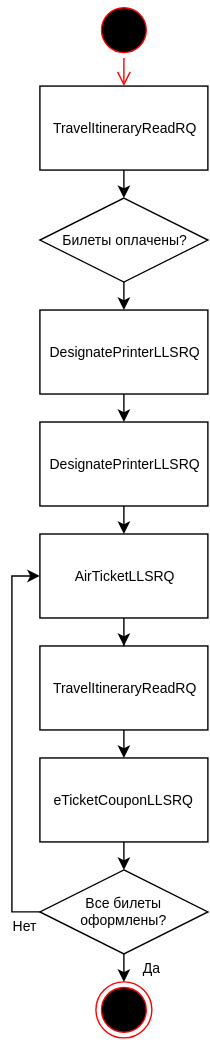
Above: assets/svg/Issue Tickets/[RU]Issue Tickets[IPCC][Instant]-3.svg in andreypolyak/sabre-apis-ru (draw.io), before the change. Source tidied: cells renumbered, new cells last; positions are measured from the earlier drawing's top-left corner, leaving out a move shared by most shapes. Source of this version:
```xml
<mxGraphModel background="#ffffff">
  <root>
    <mxCell id="0" />
    <mxCell id="1" parent="0" />
    <mxCell id="2" style="edgeStyle=orthogonalEdgeStyle;rounded=0;html=1;exitX=0.5;exitY=1;entryX=0.5;entryY=0;jettySize=auto;" parent="1" edge="1" source="3">
      <mxGeometry x="380" y="1470" as="geometry">
        <mxPoint x="60" y="140" as="targetPoint" />
      </mxGeometry>
    </mxCell>
    <mxCell id="3" value="TravelItineraryReadRQ" style="whiteSpace=wrap;html=1;rounded=0;fontSize=10;" parent="1" vertex="1">
      <mxGeometry y="60" width="120" height="60" as="geometry" />
    </mxCell>
    <mxCell id="4" style="edgeStyle=orthogonalEdgeStyle;rounded=0;html=1;exitX=0.5;exitY=1;entryX=0.5;entryY=0;jettySize=auto;fontSize=10;" parent="1" edge="1" source="5" target="7">
      <mxGeometry x="380" y="1630" as="geometry" />
    </mxCell>
    <mxCell id="5" value="DesignatePrinterLLSRQ" style="whiteSpace=wrap;html=1;rounded=0;fontSize=10;" parent="1" vertex="1">
      <mxGeometry y="220" width="120" height="60" as="geometry" />
    </mxCell>
    <mxCell id="6" style="edgeStyle=orthogonalEdgeStyle;rounded=0;html=1;exitX=0.5;exitY=1;entryX=0.5;entryY=0;jettySize=auto;fontSize=10;" parent="1" edge="1" source="7" target="9">
      <mxGeometry x="380" y="1710" as="geometry" />
    </mxCell>
    <mxCell id="7" value="DesignatePrinterLLSRQ" style="whiteSpace=wrap;html=1;rounded=0;fontSize=10;" parent="1" vertex="1">
      <mxGeometry y="300" width="120" height="60" as="geometry" />
    </mxCell>
    <mxCell id="8" style="edgeStyle=orthogonalEdgeStyle;rounded=0;html=1;exitX=0.5;exitY=1;jettySize=auto;fontSize=10;" parent="1" edge="1" source="9" target="11">
      <mxGeometry x="380" y="1790" as="geometry" />
    </mxCell>
    <mxCell id="9" value="AirTicketLLSRQ" style="whiteSpace=wrap;html=1;rounded=0;fontSize=10;" parent="1" vertex="1">
      <mxGeometry y="380" width="120" height="60" as="geometry" />
    </mxCell>
    <mxCell id="10" style="edgeStyle=orthogonalEdgeStyle;rounded=0;html=1;exitX=0.5;exitY=1;entryX=0.5;entryY=0;jettySize=auto;fontSize=10;" parent="1" edge="1" source="11" target="13">
      <mxGeometry x="380" y="1870" as="geometry" />
    </mxCell>
    <mxCell id="11" value="TravelItineraryReadRQ" style="whiteSpace=wrap;html=1;rounded=0;fontSize=10;" parent="1" vertex="1">
      <mxGeometry y="460" width="120" height="60" as="geometry" />
    </mxCell>
    <mxCell id="12" style="edgeStyle=orthogonalEdgeStyle;rounded=0;html=1;exitX=0.5;exitY=1;entryX=0.5;entryY=0;jettySize=auto;" parent="1" edge="1" source="13">
      <mxGeometry x="380" y="1950" as="geometry">
        <mxPoint x="60" y="620" as="targetPoint" />
      </mxGeometry>
    </mxCell>
    <mxCell id="13" value="eTicketCouponLLSRQ" style="whiteSpace=wrap;html=1;rounded=0;fontSize=10;" parent="1" vertex="1">
      <mxGeometry y="540" width="120" height="60" as="geometry" />
    </mxCell>
    <mxCell id="14" style="edgeStyle=orthogonalEdgeStyle;rounded=0;html=1;exitX=0.5;exitY=1;entryX=0.5;entryY=0;jettySize=auto;fontSize=10;" parent="1" edge="1" source="15" target="5">
      <mxGeometry x="380" y="1550" as="geometry" />
    </mxCell>
    <mxCell id="15" value="Билеты оплачены?" style="rhombus;whiteSpace=wrap;html=1;rounded=0;fontSize=10;" parent="1" vertex="1">
      <mxGeometry y="140" width="120" height="60" as="geometry" />
    </mxCell>
    <mxCell id="16" style="ellipse;html=1;shape=endState;fillColor=#000000;strokeColor=#ff0000;rounded=0;fontSize=10;align=center;" parent="1" vertex="1">
      <mxGeometry x="40" y="700" width="40" height="40" as="geometry" />
    </mxCell>
    <mxCell id="17" style="ellipse;html=1;shape=startState;fillColor=#000000;strokeColor=#ff0000;rounded=0;fontSize=10;align=center;" parent="1" vertex="1">
      <mxGeometry x="40" width="40" height="40" as="geometry" />
    </mxCell>
    <mxCell id="18" style="edgeStyle=orthogonalEdgeStyle;html=1;verticalAlign=bottom;endArrow=open;endSize=8;strokeColor=#ff0000;fontSize=10;" parent="1" edge="1" source="17">
      <mxGeometry x="380" y="1390" as="geometry">
        <mxPoint x="60" y="60" as="targetPoint" />
      </mxGeometry>
    </mxCell>
    <mxCell id="19" value="Нет" style="edgeStyle=orthogonalEdgeStyle;rounded=0;html=1;exitX=0;exitY=0.5;entryX=0;entryY=0.5;jettySize=auto;fontSize=10;" parent="1" edge="1" source="21" target="9">
      <mxGeometry as="geometry">
        <mxPoint x="-10" y="130" as="offset" />
      </mxGeometry>
    </mxCell>
    <mxCell id="20" value="Да" style="edgeStyle=orthogonalEdgeStyle;rounded=0;html=1;exitX=0.5;exitY=1;entryX=0.5;entryY=0;jettySize=auto;fontSize=10;" parent="1" edge="1" source="21" target="16">
      <mxGeometry as="geometry">
        <mxPoint x="20" as="offset" />
      </mxGeometry>
    </mxCell>
    <mxCell id="21" value="Все билеты оформлены?" style="rhombus;whiteSpace=wrap;html=1;rounded=0;fontSize=10;" parent="1" vertex="1">
      <mxGeometry y="620" width="120" height="60" as="geometry" />
    </mxCell>
  </root>
</mxGraphModel>
```
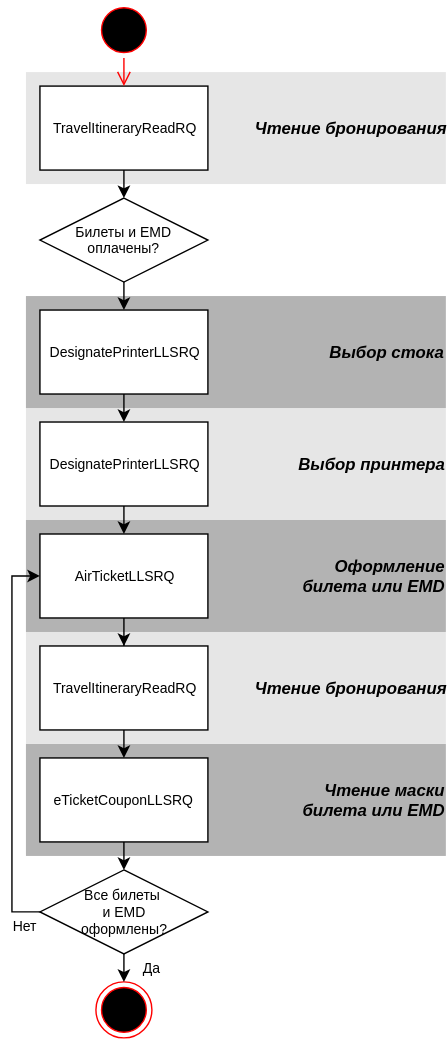
After the change.

What changed in the source:
```diff
@@ -2,6 +2,24 @@
   <root>
     <mxCell id="0" />
     <mxCell id="1" parent="0" />
+    <mxCell id="22" value="&lt;div style=&quot;text-align: right&quot;&gt;&lt;span&gt;&lt;b&gt;&lt;i&gt;&lt;font style=&quot;font-size: 12px&quot;&gt;Чтение маски&lt;/font&gt;&lt;/i&gt;&lt;/b&gt;&lt;/span&gt;&lt;/div&gt;&lt;div style=&quot;text-align: right&quot;&gt;&lt;span&gt;&lt;b&gt;&lt;i&gt;&lt;font style=&quot;font-size: 12px&quot;&gt;билета или EMD&lt;/font&gt;&lt;/i&gt;&lt;/b&gt;&lt;/span&gt;&lt;br&gt;&lt;/div&gt;" style="whiteSpace=wrap;html=1;fillColor=#B3B3B3;fontSize=10;strokeColor=none;align=right;gradientColor=none;" parent="1" vertex="1">
+      <mxGeometry x="-10" y="530" width="300" height="80" as="geometry" />
+    </mxCell>
+    <mxCell id="23" value="&lt;div style=&quot;text-align: right&quot;&gt;&lt;b&gt;&lt;i&gt;&lt;font style=&quot;font-size: 12px&quot;&gt;Чтение бронирования&lt;/font&gt;&lt;/i&gt;&lt;/b&gt;&lt;br&gt;&lt;/div&gt;" style="whiteSpace=wrap;html=1;fillColor=#E6E6E6;fontSize=10;strokeColor=none;align=right;gradientColor=none;" parent="1" vertex="1">
+      <mxGeometry x="-10" y="450" width="300" height="80" as="geometry" />
+    </mxCell>
+    <mxCell id="24" value="&lt;div style=&quot;text-align: right&quot;&gt;&lt;span&gt;&lt;b&gt;&lt;i&gt;&lt;font style=&quot;font-size: 12px&quot;&gt;Оформление&lt;/font&gt;&lt;/i&gt;&lt;/b&gt;&lt;/span&gt;&lt;/div&gt;&lt;div style=&quot;text-align: right&quot;&gt;&lt;span&gt;&lt;b&gt;&lt;i&gt;&lt;font style=&quot;font-size: 12px&quot;&gt;билета или EMD&lt;/font&gt;&lt;/i&gt;&lt;/b&gt;&lt;/span&gt;&lt;br&gt;&lt;/div&gt;" style="whiteSpace=wrap;html=1;fillColor=#B3B3B3;fontSize=10;strokeColor=none;align=right;gradientColor=none;" parent="1" vertex="1">
+      <mxGeometry x="-10" y="370" width="300" height="80" as="geometry" />
+    </mxCell>
+    <mxCell id="25" value="&lt;div style=&quot;text-align: right&quot;&gt;&lt;b&gt;&lt;i&gt;&lt;font style=&quot;font-size: 12px&quot;&gt;Выбор принтера&lt;/font&gt;&lt;/i&gt;&lt;/b&gt;&lt;br&gt;&lt;/div&gt;" style="whiteSpace=wrap;html=1;fillColor=#E6E6E6;fontSize=10;strokeColor=none;align=right;gradientColor=none;" parent="1" vertex="1">
+      <mxGeometry x="-10" y="290" width="300" height="80" as="geometry" />
+    </mxCell>
+    <mxCell id="26" value="&lt;div style=&quot;text-align: right&quot;&gt;&lt;b&gt;&lt;i&gt;&lt;font style=&quot;font-size: 12px&quot;&gt;Выбор стока&lt;/font&gt;&lt;/i&gt;&lt;/b&gt;&lt;br&gt;&lt;/div&gt;" style="whiteSpace=wrap;html=1;fillColor=#B3B3B3;fontSize=10;strokeColor=none;align=right;gradientColor=none;" parent="1" vertex="1">
+      <mxGeometry x="-10" y="210" width="300" height="80" as="geometry" />
+    </mxCell>
+    <mxCell id="27" value="&lt;div style=&quot;text-align: right&quot;&gt;&lt;b&gt;&lt;i&gt;&lt;font style=&quot;font-size: 12px&quot;&gt;Чтение бронирования&lt;/font&gt;&lt;/i&gt;&lt;/b&gt;&lt;br&gt;&lt;/div&gt;" style="whiteSpace=wrap;html=1;fillColor=#E6E6E6;fontSize=10;strokeColor=none;align=right;gradientColor=none;" parent="1" vertex="1">
+      <mxGeometry x="-10" y="50" width="300" height="80" as="geometry" />
+    </mxCell>
     <mxCell id="2" style="edgeStyle=orthogonalEdgeStyle;rounded=0;html=1;exitX=0.5;exitY=1;entryX=0.5;entryY=0;jettySize=auto;" parent="1" edge="1" source="3">
       <mxGeometry x="380" y="1470" as="geometry">
         <mxPoint x="60" y="140" as="targetPoint" />
@@ -45,7 +63,7 @@
     <mxCell id="14" style="edgeStyle=orthogonalEdgeStyle;rounded=0;html=1;exitX=0.5;exitY=1;entryX=0.5;entryY=0;jettySize=auto;fontSize=10;" parent="1" edge="1" source="15" target="5">
       <mxGeometry x="380" y="1550" as="geometry" />
     </mxCell>
-    <mxCell id="15" value="Билеты оплачены?" style="rhombus;whiteSpace=wrap;html=1;rounded=0;fontSize=10;" parent="1" vertex="1">
+    <mxCell id="15" value="Билеты и EMD оплачены?" style="rhombus;whiteSpace=wrap;html=1;rounded=0;fontSize=10;" parent="1" vertex="1">
       <mxGeometry y="140" width="120" height="60" as="geometry" />
     </mxCell>
     <mxCell id="16" style="ellipse;html=1;shape=endState;fillColor=#000000;strokeColor=#ff0000;rounded=0;fontSize=10;align=center;" parent="1" vertex="1">
@@ -69,7 +87,7 @@
         <mxPoint x="20" as="offset" />
       </mxGeometry>
     </mxCell>
-    <mxCell id="21" value="Все билеты оформлены?" style="rhombus;whiteSpace=wrap;html=1;rounded=0;fontSize=10;" parent="1" vertex="1">
+    <mxCell id="21" value="Все билеты&amp;nbsp;&lt;div&gt;и EMD&lt;/div&gt;&lt;div&gt;оформлены?&lt;/div&gt;" style="rhombus;whiteSpace=wrap;html=1;rounded=0;fontSize=10;" parent="1" vertex="1">
       <mxGeometry y="620" width="120" height="60" as="geometry" />
     </mxCell>
   </root>
```
